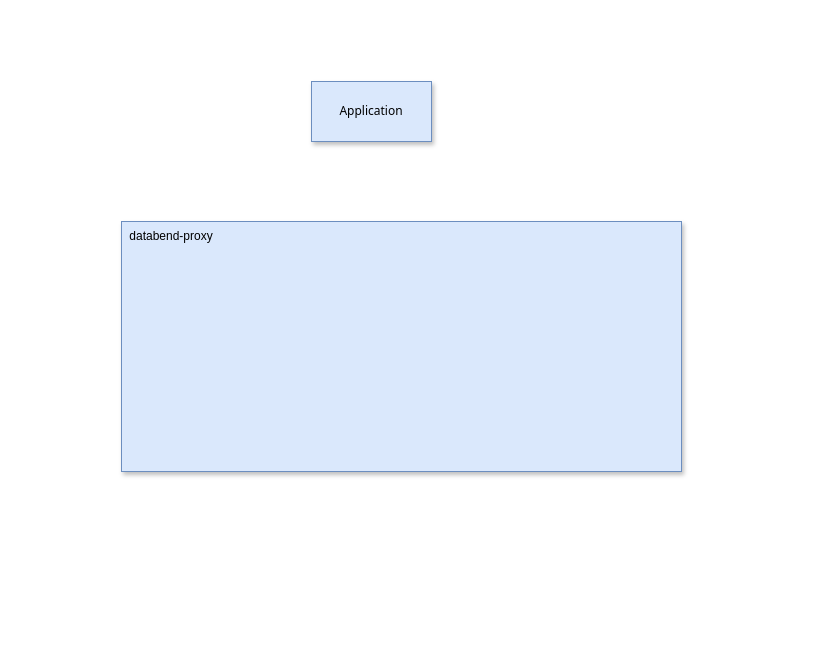
This is doc/databend-mysql-proxy方案.drawio from jackjoesh/databend, a draw.io file, before an edit. Source tidied: cells renumbered, new cells numbered last; positions are measured from the earlier drawing's top-left corner, leaving out a move shared by most shapes. Both pictures are drawn from the tidied source at 100%, with x=0, y=0 at pixel (121, 81).
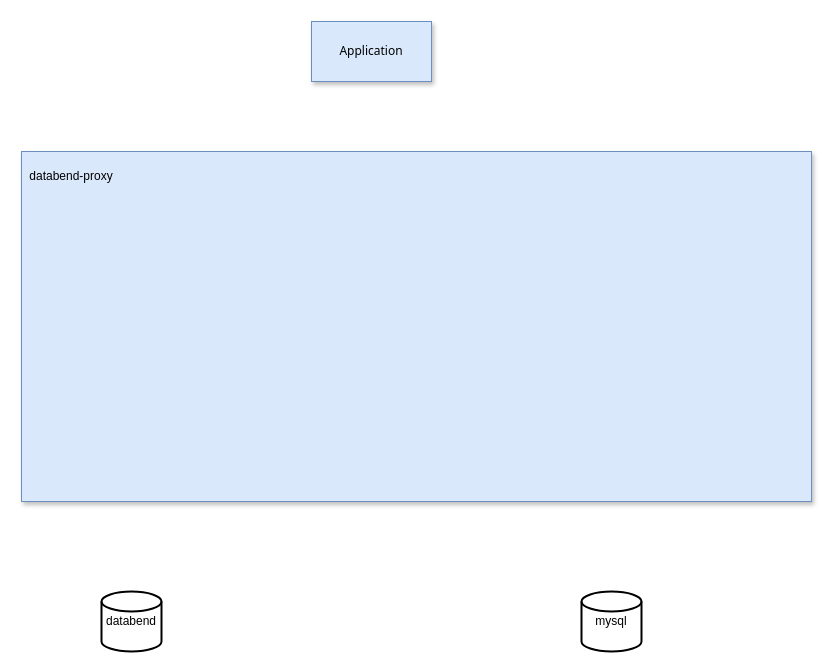
After the change.

What changed in the source:
```diff
@@
 <mxGraphModel>
   <root>
     <mxCell id="0" />
     <mxCell id="1" parent="0" />
     <mxCell id="2" value="Application" style="rounded=0;whiteSpace=wrap;html=1;fillColor=#dae8fc;strokeColor=#6c8ebf;shadow=1;fontFamily=Tahoma;" parent="1" vertex="1">
-      <mxGeometry x="190" width="120" height="60" as="geometry" />
+      <mxGeometry x="190" y="-60" width="120" height="60" as="geometry" />
     </mxCell>
     <mxCell id="3" style="rounded=0;whiteSpace=wrap;html=1;fillColor=#dae8fc;strokeColor=#6c8ebf;shadow=1;fontFamily=Tahoma;" parent="1" vertex="1">
-      <mxGeometry y="140" width="560" height="250" as="geometry" />
+      <mxGeometry x="-100" y="70" width="790" height="350" as="geometry" />
     </mxCell>
     <mxCell id="4" value="databend-proxy" style="text;strokeColor=none;align=center;fillColor=none;html=1;verticalAlign=middle;whiteSpace=wrap;rounded=0;" parent="1" vertex="1">
-      <mxGeometry y="140" width="100" height="30" as="geometry" />
+      <mxGeometry x="-100" y="80" width="100" height="30" as="geometry" />
     </mxCell>
+    <mxCell id="5" value="databend" style="strokeWidth=2;html=1;shape=mxgraph.flowchart.database;whiteSpace=wrap;" parent="1" vertex="1">
+      <mxGeometry x="-20" y="510" width="60" height="60" as="geometry" />
+    </mxCell>
+    <mxCell id="6" value="mysql" style="strokeWidth=2;html=1;shape=mxgraph.flowchart.database;whiteSpace=wrap;" parent="1" vertex="1">
+      <mxGeometry x="460" y="510" width="60" height="60" as="geometry" />
+    </mxCell>
   </root>
 </mxGraphModel>
```
